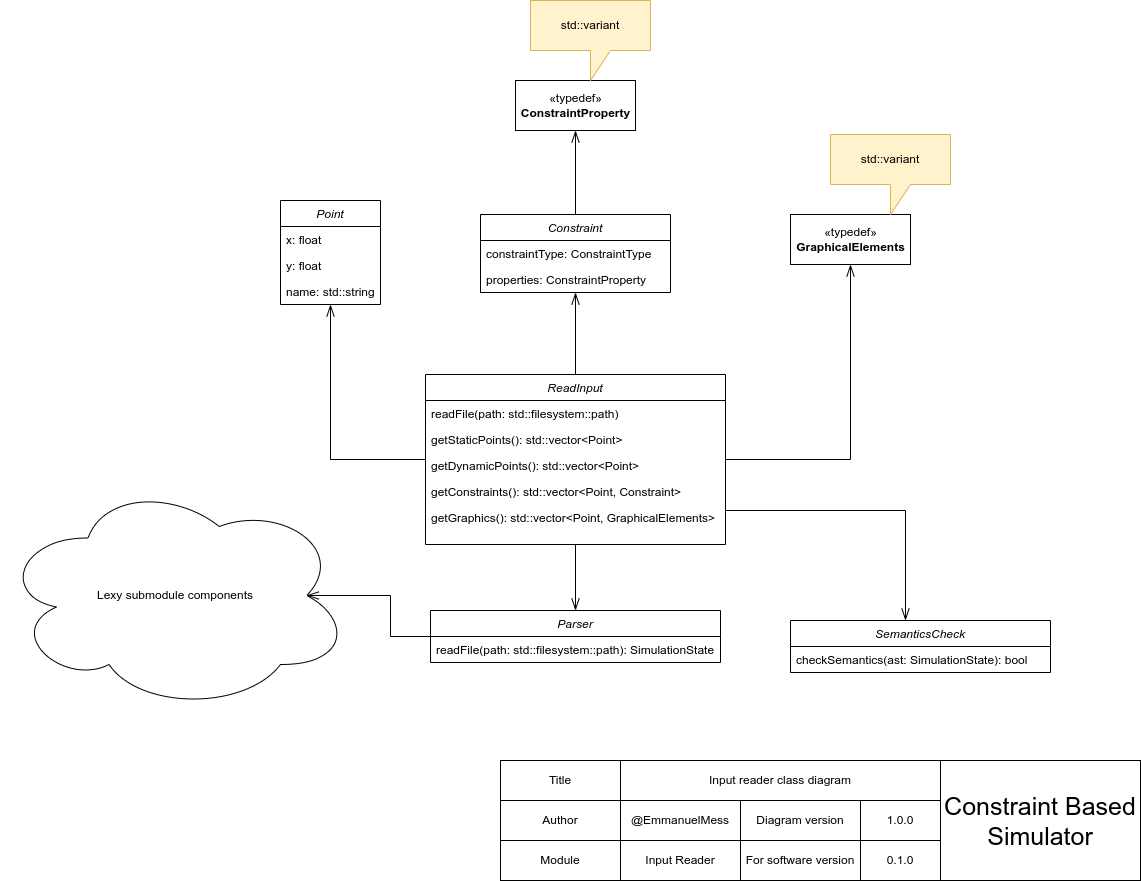
The draw.io diagram design/diagrams/class/input reader class diagram.png in EmmanuelMess/ConstraintBasedSimulator, before a commit. Source tidied: cells renumbered, new cells last; positions are measured from the earlier drawing's top-left corner, leaving out a move shared by most shapes.
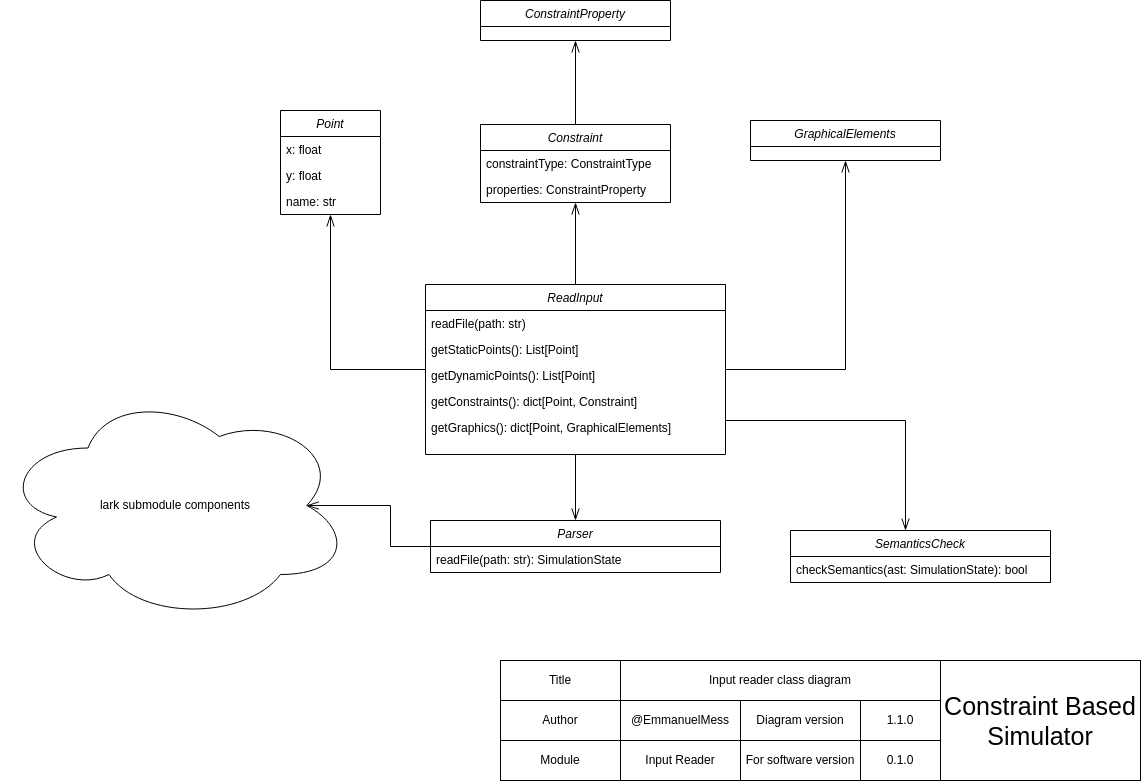
After the change.

Change to the diagram source:
```diff
@@ -8,32 +8,32 @@
     <mxCell id="3" style="edgeStyle=orthogonalEdgeStyle;rounded=0;jettySize=auto;html=1;endSize=10;endArrow=openThin;endFill=0;" parent="1" edge="1" source="6" target="17">
       <mxGeometry relative="1" as="geometry" />
     </mxCell>
-    <mxCell id="4" style="edgeStyle=orthogonalEdgeStyle;rounded=0;jettySize=auto;html=1;endSize=10;endArrow=openThin;endFill=0;" parent="1" edge="1" source="6" target="20">
+    <mxCell id="4" style="edgeStyle=orthogonalEdgeStyle;rounded=0;jettySize=auto;html=1;endSize=10;endArrow=openThin;endFill=0;" parent="1" edge="1" source="6" target="43">
       <mxGeometry relative="1" as="geometry" />
     </mxCell>
     <mxCell id="5" style="edgeStyle=orthogonalEdgeStyle;rounded=0;jettySize=auto;html=1;endArrow=openThin;endFill=0;endSize=10;" parent="1" edge="1" source="6" target="26">
       <mxGeometry relative="1" as="geometry" />
     </mxCell>
     <mxCell id="6" value="ReadInput" style="swimlane;fontStyle=2;align=center;verticalAlign=top;horizontal=1;startSize=26;rounded=0;shadow=0;strokeWidth=1;" parent="1" vertex="1">
-      <mxGeometry x="425" y="374" width="300" height="170" as="geometry" />
+      <mxGeometry x="425" y="384" width="300" height="170" as="geometry" />
     </mxCell>
-    <mxCell id="7" value="readFile(path: std::filesystem::path)" style="text;align=left;verticalAlign=top;spacingLeft=4;spacingRight=4;overflow=hidden;" parent="6" vertex="1">
+    <mxCell id="7" value="readFile(path: str)" style="text;align=left;verticalAlign=top;spacingLeft=4;spacingRight=4;overflow=hidden;" parent="6" vertex="1">
       <mxGeometry y="26" width="300" height="26" as="geometry" />
     </mxCell>
-    <mxCell id="8" value="getStaticPoints(): std::vector&lt;Point&gt;" style="text;align=left;verticalAlign=top;spacingLeft=4;spacingRight=4;overflow=hidden;rounded=0;shadow=0;html=0;" parent="6" vertex="1">
+    <mxCell id="8" value="getStaticPoints(): List[Point]" style="text;align=left;verticalAlign=top;spacingLeft=4;spacingRight=4;overflow=hidden;rounded=0;shadow=0;html=0;" parent="6" vertex="1">
       <mxGeometry y="52" width="300" height="26" as="geometry" />
     </mxCell>
-    <mxCell id="9" value="getDynamicPoints(): std::vector&lt;Point&gt;" style="text;align=left;verticalAlign=top;spacingLeft=4;spacingRight=4;overflow=hidden;rounded=0;shadow=0;html=0;" parent="6" vertex="1">
+    <mxCell id="9" value="getDynamicPoints(): List[Point]" style="text;align=left;verticalAlign=top;spacingLeft=4;spacingRight=4;overflow=hidden;rounded=0;shadow=0;html=0;" parent="6" vertex="1">
       <mxGeometry y="78" width="300" height="26" as="geometry" />
     </mxCell>
-    <mxCell id="10" value="getConstraints(): std::vector&lt;Point, Constraint&gt;" style="text;align=left;verticalAlign=top;spacingLeft=4;spacingRight=4;overflow=hidden;rounded=0;shadow=0;html=0;" parent="6" vertex="1">
+    <mxCell id="10" value="getConstraints(): dict[Point, Constraint]" style="text;align=left;verticalAlign=top;spacingLeft=4;spacingRight=4;overflow=hidden;rounded=0;shadow=0;html=0;" parent="6" vertex="1">
       <mxGeometry y="104" width="300" height="26" as="geometry" />
     </mxCell>
-    <mxCell id="11" value="getGraphics(): std::vector&lt;Point, GraphicalElements&gt;" style="text;align=left;verticalAlign=top;spacingLeft=4;spacingRight=4;overflow=hidden;rounded=0;shadow=0;html=0;" parent="6" vertex="1">
+    <mxCell id="11" value="getGraphics(): dict[Point, GraphicalElements]" style="text;align=left;verticalAlign=top;spacingLeft=4;spacingRight=4;overflow=hidden;rounded=0;shadow=0;html=0;" parent="6" vertex="1">
       <mxGeometry y="130" width="300" height="26" as="geometry" />
     </mxCell>
     <mxCell id="12" value="Point" style="swimlane;fontStyle=2;align=center;verticalAlign=top;horizontal=1;startSize=26;rounded=0;shadow=0;strokeWidth=1;" parent="1" vertex="1">
-      <mxGeometry x="280" y="200" width="100" height="104" as="geometry" />
+      <mxGeometry x="280" y="210" width="100" height="104" as="geometry" />
     </mxCell>
     <mxCell id="13" value="x: float" style="text;align=left;verticalAlign=top;spacingLeft=4;spacingRight=4;overflow=hidden;rounded=0;shadow=0;html=0;" parent="12" vertex="1">
       <mxGeometry y="26" width="100" height="26" as="geometry" />
@@ -41,14 +41,14 @@
     <mxCell id="14" value="y: float" style="text;align=left;verticalAlign=top;spacingLeft=4;spacingRight=4;overflow=hidden;rounded=0;shadow=0;html=0;" parent="12" vertex="1">
       <mxGeometry y="52" width="100" height="26" as="geometry" />
     </mxCell>
-    <mxCell id="15" value="name: std::string" style="text;align=left;verticalAlign=top;spacingLeft=4;spacingRight=4;overflow=hidden;rounded=0;shadow=0;html=0;" parent="12" vertex="1">
+    <mxCell id="15" value="name: str" style="text;align=left;verticalAlign=top;spacingLeft=4;spacingRight=4;overflow=hidden;rounded=0;shadow=0;html=0;" parent="12" vertex="1">
       <mxGeometry y="78" width="100" height="26" as="geometry" />
     </mxCell>
-    <mxCell id="16" style="edgeStyle=orthogonalEdgeStyle;rounded=0;jettySize=auto;html=1;endArrow=openThin;endFill=0;endSize=10;" parent="1" edge="1" source="17" target="21">
+    <mxCell id="16" style="edgeStyle=orthogonalEdgeStyle;rounded=0;jettySize=auto;html=1;endArrow=openThin;endFill=0;endSize=10;" parent="1" edge="1" source="17" target="42">
       <mxGeometry relative="1" as="geometry" />
     </mxCell>
     <mxCell id="17" value="Constraint" style="swimlane;fontStyle=2;align=center;verticalAlign=top;horizontal=1;startSize=26;rounded=0;shadow=0;strokeWidth=1;" parent="1" vertex="1">
-      <mxGeometry x="480" y="214" width="190" height="78" as="geometry" />
+      <mxGeometry x="480" y="224" width="190" height="78" as="geometry" />
     </mxCell>
     <mxCell id="18" value="constraintType: ConstraintType" style="text;align=left;verticalAlign=top;spacingLeft=4;spacingRight=4;overflow=hidden;rounded=0;shadow=0;html=0;" parent="17" vertex="1">
       <mxGeometry y="26" width="190" height="26" as="geometry" />
@@ -56,32 +56,20 @@
     <mxCell id="19" value="properties: ConstraintProperty" style="text;align=left;verticalAlign=top;spacingLeft=4;spacingRight=4;overflow=hidden;rounded=0;shadow=0;html=0;" parent="17" vertex="1">
       <mxGeometry y="52" width="190" height="26" as="geometry" />
     </mxCell>
-    <mxCell id="20" value="«typedef»&lt;br&gt;&lt;b&gt;GraphicalElements&lt;/b&gt;" style="html=1;" parent="1" vertex="1">
-      <mxGeometry x="790" y="214" width="120" height="50" as="geometry" />
-    </mxCell>
-    <mxCell id="21" value="«typedef»&lt;br&gt;&lt;b&gt;ConstraintProperty&lt;/b&gt;" style="html=1;" parent="1" vertex="1">
-      <mxGeometry x="515" y="80" width="120" height="50" as="geometry" />
-    </mxCell>
-    <mxCell id="22" value="std::variant" style="shape=callout;whiteSpace=wrap;html=1;perimeter=calloutPerimeter;fillColor=#fff2cc;strokeColor=#d6b656;" parent="1" vertex="1">
-      <mxGeometry x="530" width="120" height="80" as="geometry" />
-    </mxCell>
-    <mxCell id="23" value="std::variant" style="shape=callout;whiteSpace=wrap;html=1;perimeter=calloutPerimeter;fillColor=#fff2cc;strokeColor=#d6b656;" parent="1" vertex="1">
-      <mxGeometry x="830" y="134" width="120" height="80" as="geometry" />
-    </mxCell>
-    <mxCell id="24" value="Lexy submodule components" style="ellipse;shape=cloud;whiteSpace=wrap;html=1;" parent="1" vertex="1">
-      <mxGeometry y="480" width="350" height="230" as="geometry" />
+    <mxCell id="24" value="lark submodule components" style="ellipse;shape=cloud;whiteSpace=wrap;html=1;" parent="1" vertex="1">
+      <mxGeometry y="490" width="350" height="230" as="geometry" />
     </mxCell>
     <mxCell id="25" style="edgeStyle=orthogonalEdgeStyle;rounded=0;jettySize=auto;html=1;endArrow=openThin;endFill=0;endSize=10;entryX=0.875;entryY=0.5;entryDx=0;entryDy=0;entryPerimeter=0;" parent="1" edge="1" source="26" target="24">
       <mxGeometry relative="1" as="geometry" />
     </mxCell>
     <mxCell id="26" value="Parser" style="swimlane;fontStyle=2;align=center;verticalAlign=top;horizontal=1;startSize=26;rounded=0;shadow=0;strokeWidth=1;" parent="1" vertex="1">
-      <mxGeometry x="430" y="610" width="290" height="52" as="geometry" />
+      <mxGeometry x="430" y="620" width="290" height="52" as="geometry" />
     </mxCell>
-    <mxCell id="27" value="readFile(path: std::filesystem::path): SimulationState" style="text;align=left;verticalAlign=top;spacingLeft=4;spacingRight=4;overflow=hidden;rounded=0;shadow=0;html=0;" parent="26" vertex="1">
+    <mxCell id="27" value="readFile(path: str): SimulationState" style="text;align=left;verticalAlign=top;spacingLeft=4;spacingRight=4;overflow=hidden;rounded=0;shadow=0;html=0;" parent="26" vertex="1">
       <mxGeometry y="26" width="290" height="26" as="geometry" />
     </mxCell>
     <mxCell id="28" value="SemanticsCheck" style="swimlane;fontStyle=2;align=center;verticalAlign=top;horizontal=1;startSize=26;rounded=0;shadow=0;strokeWidth=1;" parent="1" vertex="1">
-      <mxGeometry x="790" y="620" width="260" height="52" as="geometry" />
+      <mxGeometry x="790" y="630" width="260" height="52" as="geometry" />
     </mxCell>
     <mxCell id="29" value="checkSemantics(ast: SimulationState): bool" style="text;align=left;verticalAlign=top;spacingLeft=4;spacingRight=4;overflow=hidden;rounded=0;shadow=0;html=0;" parent="28" vertex="1">
       <mxGeometry y="26" width="260" height="26" as="geometry" />
@@ -89,7 +77,7 @@
     <mxCell id="30" style="edgeStyle=orthogonalEdgeStyle;rounded=0;jettySize=auto;html=1;endArrow=openThin;endFill=0;endSize=10;" parent="1" edge="1" source="6" target="28">
       <mxGeometry relative="1" as="geometry">
         <Array as="points">
-          <mxPoint x="905" y="510" />
+          <mxPoint x="905" y="520" />
         </Array>
       </mxGeometry>
     </mxCell>
@@ -117,7 +105,7 @@
     <mxCell id="38" value="&lt;font style=&quot;font-size: 25px;&quot;&gt;Constraint Based Simulator&lt;/font&gt;" style="rounded=0;whiteSpace=wrap;html=1;" parent="1" vertex="1">
       <mxGeometry x="940" y="760" width="200" height="120" as="geometry" />
     </mxCell>
-    <mxCell id="39" value="1.0.0" style="rounded=0;whiteSpace=wrap;html=1;" parent="1" vertex="1">
+    <mxCell id="39" value="1.1.0" style="rounded=0;whiteSpace=wrap;html=1;" parent="1" vertex="1">
       <mxGeometry x="860" y="800" width="80" height="40" as="geometry" />
     </mxCell>
     <mxCell id="40" value="For software version" style="rounded=0;whiteSpace=wrap;html=1;" parent="1" vertex="1">
@@ -126,5 +114,11 @@
     <mxCell id="41" value="0.1.0" style="rounded=0;whiteSpace=wrap;html=1;" parent="1" vertex="1">
       <mxGeometry x="860" y="840" width="80" height="40" as="geometry" />
     </mxCell>
+    <mxCell id="42" value="ConstraintProperty" style="swimlane;fontStyle=2;align=center;verticalAlign=top;horizontal=1;startSize=26;rounded=0;shadow=0;strokeWidth=1;" parent="1" vertex="1">
+      <mxGeometry x="480" y="100" width="190" height="40" as="geometry" />
+    </mxCell>
+    <mxCell id="43" value="GraphicalElements" style="swimlane;fontStyle=2;align=center;verticalAlign=top;horizontal=1;startSize=26;rounded=0;shadow=0;strokeWidth=1;" parent="1" vertex="1">
+      <mxGeometry x="750" y="220" width="190" height="40" as="geometry" />
+    </mxCell>
   </root>
 </mxGraphModel>
```
